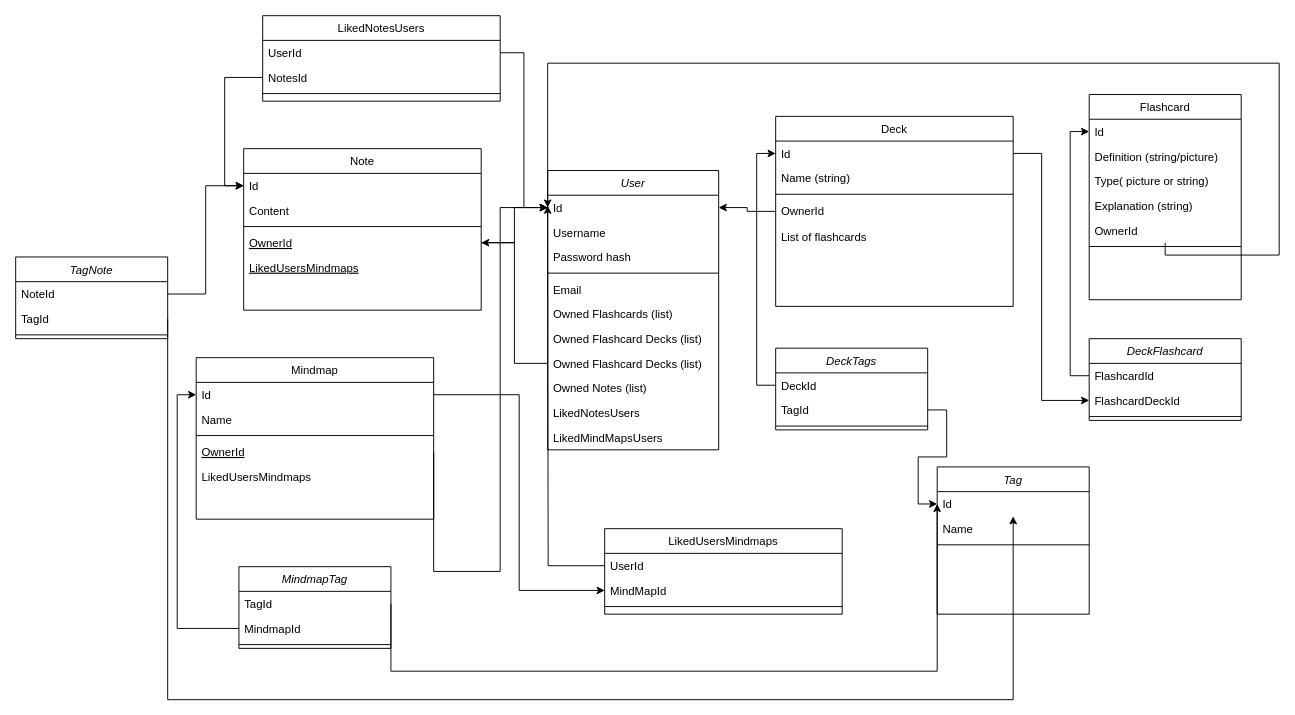
Before: db-diagram.drawio in Bubomira/LearnMe, a draw.io diagram. Source tidied: cells renumbered, new cells numbered last; positions are measured from the earlier drawing's top-left corner, leaving out a move shared by most shapes. Both pictures are drawn from the tidied source at 95%, with x=0, y=0 at pixel (15, 15).
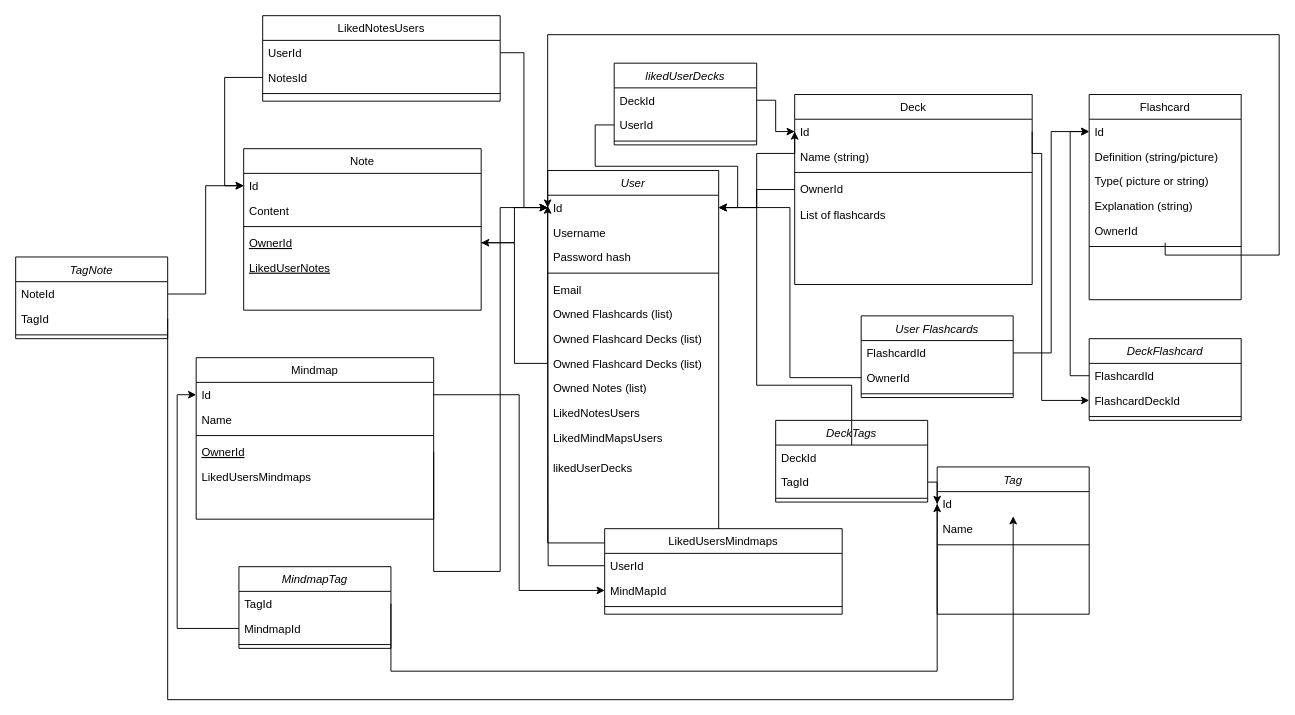
The same diagram, later.

The change refers to these unchanged cells:
```xml
<mxCell id="3" value="Id" style="text;align=left;verticalAlign=top;spacingLeft=4;spacingRight=4;overflow=hidden;points=[[0,0.5],[1,0.5]];portConstraint=eastwest;" parent="2" vertex="1">
  <mxGeometry y="26" width="180" height="26" as="geometry" />
</mxCell>
<mxCell id="15" value="Id " style="text;align=left;verticalAlign=top;spacingLeft=4;spacingRight=4;overflow=hidden;points=[[0,0.5],[1,0.5]];portConstraint=eastwest;" parent="14" vertex="1">
  <mxGeometry y="26" width="250" height="26" as="geometry" />
</mxCell>
<mxCell id="21" value="Id" style="text;align=left;verticalAlign=top;spacingLeft=4;spacingRight=4;overflow=hidden;points=[[0,0.5],[1,0.5]];portConstraint=eastwest;" parent="20" vertex="1">
  <mxGeometry y="26" width="160" height="26" as="geometry" />
</mxCell>
<mxCell id="25" value="OwnerId " style="text;align=left;verticalAlign=top;spacingLeft=4;spacingRight=4;overflow=hidden;points=[[0,0.5],[1,0.5]];portConstraint=eastwest;rounded=0;shadow=0;html=0;" parent="20" vertex="1">
  <mxGeometry y="130" width="160" height="26" as="geometry" />
</mxCell>
<mxCell id="35" value="Note" style="swimlane;fontStyle=0;align=center;verticalAlign=top;horizontal=1;startSize=26;rounded=0;shadow=0;strokeWidth=1;" parent="1" vertex="1">
  <mxGeometry x="240" y="140" width="250" height="170" as="geometry" />
</mxCell>
```

Change to the diagram source:
```diff
@@
     <mxCell id="2" value="User" style="swimlane;fontStyle=2;align=center;verticalAlign=top;horizontal=1;startSize=26;rounded=0;shadow=0;strokeWidth=1;" parent="1" vertex="1">
-      <mxGeometry x="560" y="163" width="180" height="294" as="geometry" />
+      <mxGeometry x="560" y="163" width="180" height="392" as="geometry" />
     </mxCell>
@@
     <mxCell id="13" value="LikedMindMapsUsers" style="text;align=left;verticalAlign=top;spacingLeft=4;spacingRight=4;overflow=hidden;rounded=0;shadow=0;html=0;" parent="2" vertex="1">
-      <mxGeometry y="268" width="180" height="26" as="geometry" />
+      <mxGeometry y="268" width="180" height="32" as="geometry" />
     </mxCell>
+    <mxCell id="84" value="likedUserDecks" style="text;align=left;verticalAlign=top;spacingLeft=4;spacingRight=4;overflow=hidden;rounded=0;shadow=0;html=0;" parent="2" vertex="1">
+      <mxGeometry y="300" width="180" height="32" as="geometry" />
+    </mxCell>
     <mxCell id="14" value="Deck" style="swimlane;fontStyle=0;align=center;verticalAlign=top;horizontal=1;startSize=26;rounded=0;shadow=0;strokeWidth=1;" parent="1" vertex="1">
-      <mxGeometry x="800" y="106" width="250" height="200" as="geometry" />
+      <mxGeometry x="820" y="83" width="250" height="200" as="geometry" />
     </mxCell>
@@
     <mxCell id="34" style="edgeStyle=orthogonalEdgeStyle;rounded=0;jettySize=auto;html=1;entryX=0;entryY=0.5;entryDx=0;entryDy=0;" parent="1" edge="1" source="25" target="3">
       <mxGeometry relative="1" as="geometry">
         <Array as="points">
+          <mxPoint x="1210" y="252" />
           <mxPoint x="1330" y="252" />
-          <mxPoint x="1330" y="50" />
-          <mxPoint x="560" y="50" />
+          <mxPoint x="1330" y="20" />
+          <mxPoint x="560" y="20" />
         </Array>
       </mxGeometry>
     </mxCell>
@@
-    <mxCell id="40" value="LikedUsersMindmaps" style="text;align=left;verticalAlign=top;spacingLeft=4;spacingRight=4;overflow=hidden;fontStyle=4;" parent="35" vertex="1">
+    <mxCell id="40" value="LikedUserNotes" style="text;align=left;verticalAlign=top;spacingLeft=4;spacingRight=4;overflow=hidden;fontStyle=4;" parent="35" vertex="1">
       <mxGeometry y="112" width="250" height="26" as="geometry" />
     </mxCell>
@@
     <mxCell id="70" value="DeckTags" style="swimlane;fontStyle=2;align=center;verticalAlign=top;horizontal=1;startSize=26;rounded=0;shadow=0;strokeWidth=1;" parent="1" vertex="1">
-      <mxGeometry x="800" y="350" width="160" height="86" as="geometry" />
+      <mxGeometry x="800" y="426" width="160" height="86" as="geometry" />
     </mxCell>
@@
+    <mxCell id="85" value="likedUserDecks" style="swimlane;fontStyle=2;align=center;verticalAlign=top;horizontal=1;startSize=26;rounded=0;shadow=0;strokeWidth=1;" parent="1" vertex="1">
+      <mxGeometry x="630" y="50" width="150" height="86" as="geometry" />
+    </mxCell>
+    <mxCell id="86" value="DeckId" style="text;align=left;verticalAlign=top;spacingLeft=4;spacingRight=4;overflow=hidden;points=[[0,0.5],[1,0.5]];portConstraint=eastwest;" parent="85" vertex="1">
+      <mxGeometry y="26" width="150" height="26" as="geometry" />
+    </mxCell>
+    <mxCell id="87" value="UserId" style="text;align=left;verticalAlign=top;spacingLeft=4;spacingRight=4;overflow=hidden;points=[[0,0.5],[1,0.5]];portConstraint=eastwest;rounded=0;shadow=0;html=0;" parent="85" vertex="1">
+      <mxGeometry y="52" width="150" height="26" as="geometry" />
+    </mxCell>
+    <mxCell id="88" style="line;html=1;strokeWidth=1;align=left;verticalAlign=middle;spacingTop=-1;spacingLeft=3;spacingRight=3;labelPosition=right;" parent="85" vertex="1">
+      <mxGeometry y="78" width="150" height="8" as="geometry" />
+    </mxCell>
+    <mxCell id="89" style="edgeStyle=orthogonalEdgeStyle;rounded=0;jettySize=auto;html=1;entryX=0;entryY=0.5;entryDx=0;entryDy=0;" parent="1" edge="1" source="86" target="15">
+      <mxGeometry relative="1" as="geometry" />
+    </mxCell>
+    <mxCell id="90" style="edgeStyle=orthogonalEdgeStyle;rounded=0;jettySize=auto;html=1;" parent="1" edge="1" source="87" target="3">
+      <mxGeometry relative="1" as="geometry" />
+    </mxCell>
+    <mxCell id="91" value="User Flashcards" style="swimlane;fontStyle=2;align=center;verticalAlign=top;horizontal=1;startSize=26;rounded=0;shadow=0;strokeWidth=1;" parent="1" vertex="1">
+      <mxGeometry x="890" y="316" width="160" height="86" as="geometry" />
+    </mxCell>
+    <mxCell id="92" value="FlashcardId" style="text;align=left;verticalAlign=top;spacingLeft=4;spacingRight=4;overflow=hidden;points=[[0,0.5],[1,0.5]];portConstraint=eastwest;" parent="91" vertex="1">
+      <mxGeometry y="26" width="160" height="26" as="geometry" />
+    </mxCell>
+    <mxCell id="93" value="OwnerId" style="text;align=left;verticalAlign=top;spacingLeft=4;spacingRight=4;overflow=hidden;points=[[0,0.5],[1,0.5]];portConstraint=eastwest;rounded=0;shadow=0;html=0;" parent="91" vertex="1">
+      <mxGeometry y="52" width="160" height="26" as="geometry" />
+    </mxCell>
+    <mxCell id="94" style="line;html=1;strokeWidth=1;align=left;verticalAlign=middle;spacingTop=-1;spacingLeft=3;spacingRight=3;labelPosition=right;" parent="91" vertex="1">
+      <mxGeometry y="78" width="160" height="8" as="geometry" />
+    </mxCell>
+    <mxCell id="95" style="edgeStyle=orthogonalEdgeStyle;rounded=0;jettySize=auto;html=1;exitX=1;exitY=0.5;exitDx=0;exitDy=0;entryX=0;entryY=0.5;entryDx=0;entryDy=0;" parent="1" edge="1" source="92" target="21">
+      <mxGeometry relative="1" as="geometry" />
+    </mxCell>
+    <mxCell id="96" style="edgeStyle=orthogonalEdgeStyle;rounded=0;jettySize=auto;html=1;entryX=1;entryY=0.5;entryDx=0;entryDy=0;" parent="1" edge="1" source="93" target="3">
+      <mxGeometry relative="1" as="geometry" />
+    </mxCell>
```
